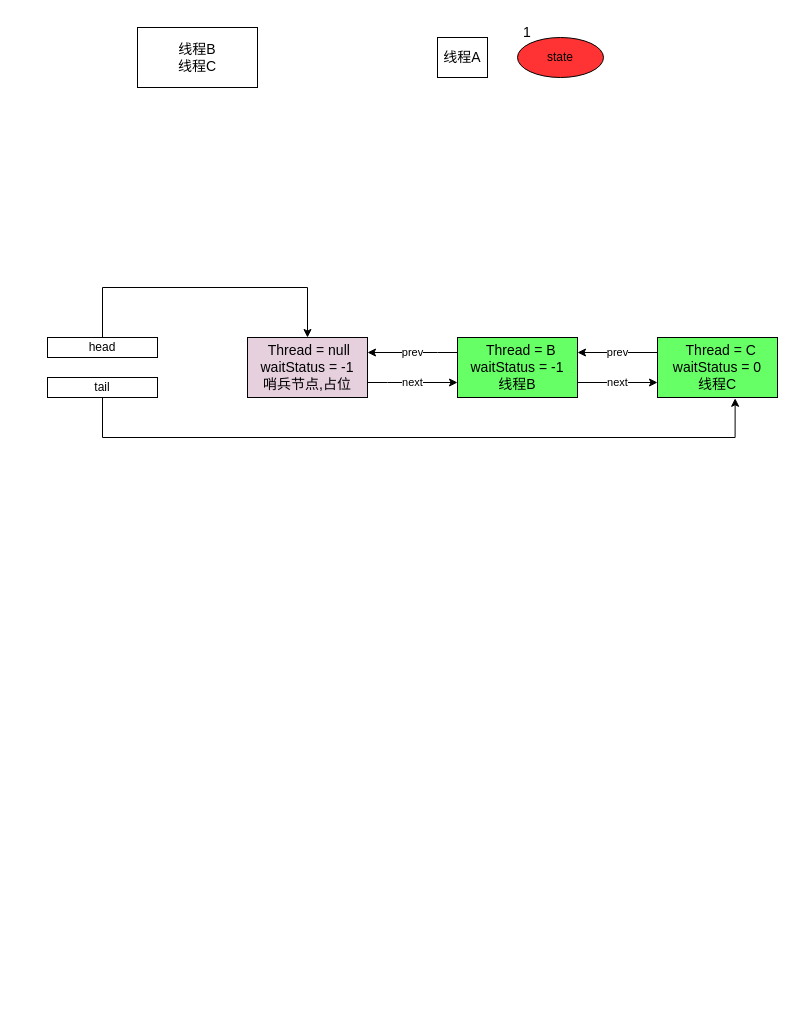
Above: AQS_源码.drawio in IamNotDyz/diagrams_dyz (draw.io), before the change. Source tidied: cells renumbered, new cells numbered last; positions are measured from the earlier drawing's top-left corner, leaving out a move shared by most shapes. Both pictures are drawn from the tidied source at 100%, with x=0, y=0 at pixel (47, 17).
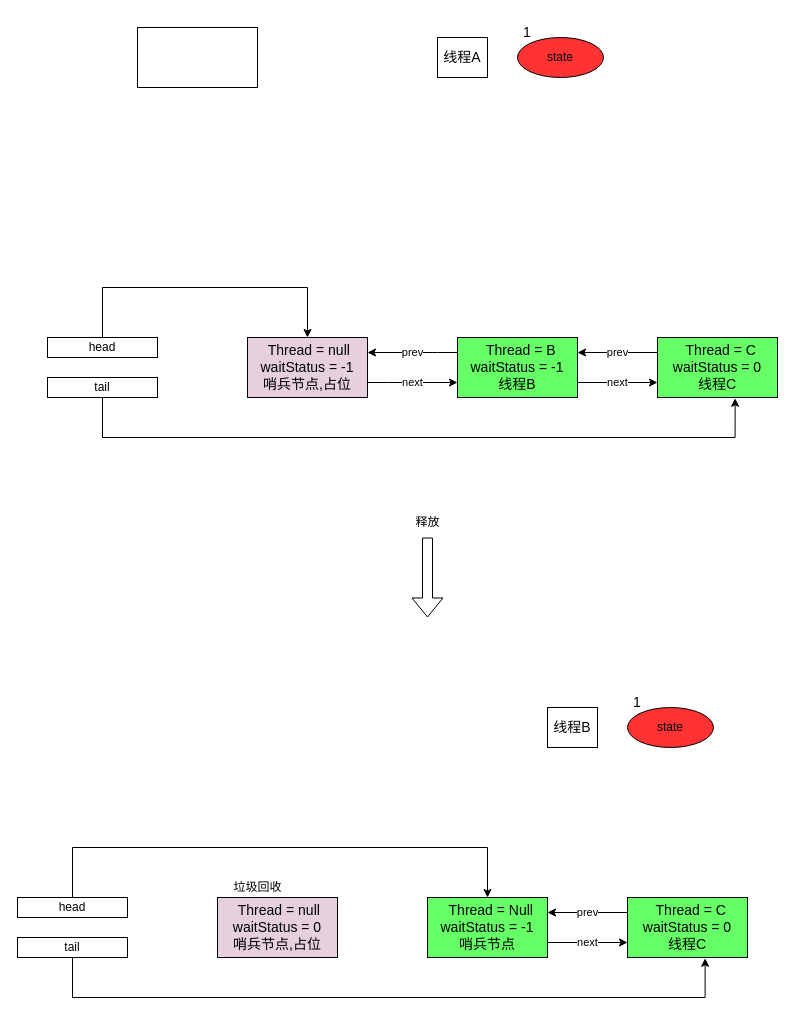
After the change.

Diff of the diagram source:
```diff
@@
-    <mxCell id="4" value="线程B&lt;br&gt;线程C" style="rounded=0;whiteSpace=wrap;html=1;fontSize=14;fillColor=#FFFFFF;" parent="1" vertex="1">
+    <mxCell id="4" style="rounded=0;whiteSpace=wrap;html=1;fontSize=14;fillColor=#FFFFFF;" parent="1" vertex="1">
       <mxGeometry x="90" y="10" width="120" height="60" as="geometry" />
     </mxCell>
@@
+    <mxCell id="17" value="&amp;nbsp; Thread = null&lt;span style=&quot;white-space: pre&quot;&gt; &lt;/span&gt;&lt;br&gt;waitStatus = 0&lt;br&gt;哨兵节点,占位" style="rounded=0;whiteSpace=wrap;html=1;fontSize=14;fillColor=#E6D0DE;" parent="1" vertex="1">
+      <mxGeometry x="170" y="880" width="120" height="60" as="geometry" />
+    </mxCell>
+    <mxCell id="18" style="edgeStyle=orthogonalEdgeStyle;rounded=0;jettySize=auto;html=1;exitX=0.5;exitY=0;exitDx=0;exitDy=0;entryX=0.5;entryY=0;entryDx=0;entryDy=0;" parent="1" edge="1" source="19" target="23">
+      <mxGeometry relative="1" as="geometry">
+        <Array as="points">
+          <mxPoint x="25" y="830" />
+          <mxPoint x="440" y="830" />
+        </Array>
+      </mxGeometry>
+    </mxCell>
+    <mxCell id="19" value="head" style="rounded=0;whiteSpace=wrap;html=1;" parent="1" vertex="1">
+      <mxGeometry x="-30" y="880" width="110" height="20" as="geometry" />
+    </mxCell>
+    <mxCell id="20" style="edgeStyle=orthogonalEdgeStyle;rounded=0;jettySize=auto;html=1;entryX=0.647;entryY=1.013;entryDx=0;entryDy=0;entryPerimeter=0;" parent="1" edge="1" source="21" target="25">
+      <mxGeometry relative="1" as="geometry">
+        <Array as="points">
+          <mxPoint x="25" y="980" />
+          <mxPoint x="658" y="980" />
+        </Array>
+      </mxGeometry>
+    </mxCell>
+    <mxCell id="21" value="tail" style="rounded=0;whiteSpace=wrap;html=1;" parent="1" vertex="1">
+      <mxGeometry x="-30" y="920" width="110" height="20" as="geometry" />
+    </mxCell>
+    <mxCell id="22" value="next" style="edgeStyle=orthogonalEdgeStyle;rounded=0;jettySize=auto;html=1;exitX=1;exitY=0.75;exitDx=0;exitDy=0;entryX=0;entryY=0.75;entryDx=0;entryDy=0;" parent="1" edge="1" source="23" target="25">
+      <mxGeometry relative="1" as="geometry" />
+    </mxCell>
+    <mxCell id="23" value="&amp;nbsp; Thread = Null&lt;br&gt;waitStatus = -1&lt;br&gt;哨兵节点" style="rounded=0;whiteSpace=wrap;html=1;fontSize=14;fillColor=#66FF66;" parent="1" vertex="1">
+      <mxGeometry x="380" y="880" width="120" height="60" as="geometry" />
+    </mxCell>
+    <mxCell id="24" value="prev" style="edgeStyle=orthogonalEdgeStyle;rounded=0;jettySize=auto;html=1;exitX=0;exitY=0.25;exitDx=0;exitDy=0;entryX=1;entryY=0.25;entryDx=0;entryDy=0;" parent="1" edge="1" source="25" target="23">
+      <mxGeometry relative="1" as="geometry" />
+    </mxCell>
+    <mxCell id="25" value="&amp;nbsp; Thread = C&lt;br&gt;waitStatus = 0&lt;br&gt;线程C" style="rounded=0;whiteSpace=wrap;html=1;fontSize=14;fillColor=#66FF66;" parent="1" vertex="1">
+      <mxGeometry x="580" y="880" width="120" height="60" as="geometry" />
+    </mxCell>
+    <mxCell id="26" value="释放" style="text;html=1;align=center;verticalAlign=middle;strokeColor=none;fillColor=none;" parent="1" vertex="1">
+      <mxGeometry x="360" y="495" width="40" height="20" as="geometry" />
+    </mxCell>
+    <mxCell id="27" style="shape=flexArrow;endArrow=classic;html=1;rounded=0;" parent="1" edge="1">
+      <mxGeometry relative="1" as="geometry">
+        <mxPoint x="380" y="520" as="sourcePoint" />
+        <mxPoint x="380" y="600" as="targetPoint" />
+      </mxGeometry>
+    </mxCell>
+    <mxCell id="28" value="state" style="ellipse;whiteSpace=wrap;html=1;fillColor=#FF3333;" parent="1" vertex="1">
+      <mxGeometry x="580" y="690" width="86" height="40" as="geometry" />
+    </mxCell>
+    <mxCell id="29" value="&lt;font style=&quot;font-size: 14px&quot;&gt;1&lt;/font&gt;" style="text;html=1;strokeColor=none;fillColor=none;align=center;verticalAlign=middle;whiteSpace=wrap;rounded=0;" parent="1" vertex="1">
+      <mxGeometry x="560" y="670" width="60" height="30" as="geometry" />
+    </mxCell>
+    <mxCell id="30" value="线程B" style="rounded=0;whiteSpace=wrap;html=1;fontSize=14;fillColor=#FFFFFF;" parent="1" vertex="1">
+      <mxGeometry x="500" y="690" width="50" height="40" as="geometry" />
+    </mxCell>
+    <mxCell id="31" value="垃圾回收" style="text;html=1;align=center;verticalAlign=middle;strokeColor=none;fillColor=none;" parent="1" vertex="1">
+      <mxGeometry x="180" y="860" width="60" height="20" as="geometry" />
+    </mxCell>
```
